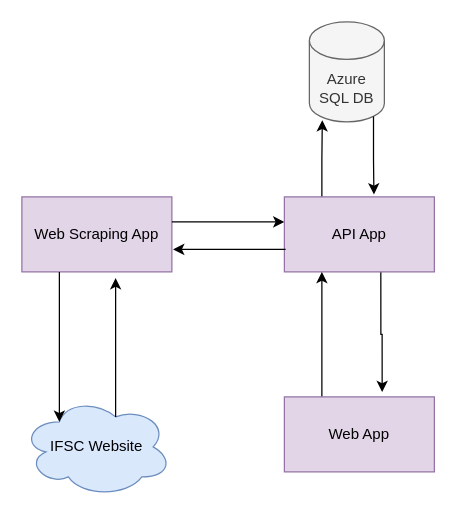
Before: ArchDiagram.drawio in pcarderdev/ifscAPI, a draw.io diagram. Source tidied: cells renumbered, new cells numbered last; positions are measured from the earlier drawing's top-left corner, leaving out a move shared by most shapes. Both pictures are drawn from the tidied source at 125%, with x=0, y=0 at pixel (21, 21).
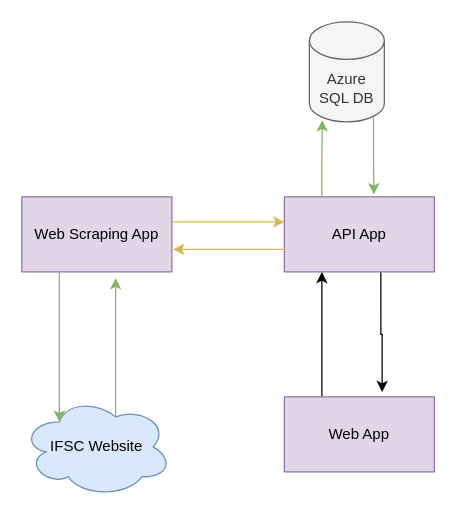
The same diagram, later.

Commit message (it also covers changes not shown here):
Updated diagram and removed playground code

What changed in the source:
```diff
@@
 <mxGraphModel>
   <root>
     <mxCell id="0" />
     <mxCell id="1" parent="0" />
     <mxCell id="2" value="Web Scraping App" style="rounded=0;whiteSpace=wrap;html=1;fillColor=#e1d5e7;strokeColor=#9673a6;" parent="1" vertex="1">
       <mxGeometry y="140" width="120" height="60" as="geometry" />
     </mxCell>
     <mxCell id="3" value="IFSC Website" style="ellipse;shape=cloud;whiteSpace=wrap;html=1;fillColor=#dae8fc;strokeColor=#6c8ebf;" parent="1" vertex="1">
       <mxGeometry y="300" width="120" height="80" as="geometry" />
     </mxCell>
-    <mxCell id="4" style="edgeStyle=orthogonalEdgeStyle;rounded=0;jettySize=auto;html=1;exitX=0.25;exitY=1;exitDx=0;exitDy=0;entryX=0.25;entryY=0.25;entryDx=0;entryDy=0;entryPerimeter=0;" parent="1" edge="1" source="2" target="3">
+    <mxCell id="4" style="edgeStyle=orthogonalEdgeStyle;rounded=0;jettySize=auto;html=1;exitX=0.25;exitY=1;exitDx=0;exitDy=0;entryX=0.25;entryY=0.25;entryDx=0;entryDy=0;entryPerimeter=0;fillColor=#d5e8d4;strokeColor=#82b366;" parent="1" edge="1" source="2" target="3">
       <mxGeometry relative="1" as="geometry" />
     </mxCell>
-    <mxCell id="5" style="edgeStyle=orthogonalEdgeStyle;rounded=0;jettySize=auto;html=1;exitX=0.625;exitY=0.2;exitDx=0;exitDy=0;exitPerimeter=0;entryX=0.625;entryY=1.083;entryDx=0;entryDy=0;entryPerimeter=0;" parent="1" edge="1" source="3" target="2">
+    <mxCell id="5" style="edgeStyle=orthogonalEdgeStyle;rounded=0;jettySize=auto;html=1;exitX=0.625;exitY=0.2;exitDx=0;exitDy=0;exitPerimeter=0;entryX=0.625;entryY=1.083;entryDx=0;entryDy=0;entryPerimeter=0;fillColor=#d5e8d4;strokeColor=#82b366;" parent="1" edge="1" source="3" target="2">
       <mxGeometry relative="1" as="geometry" />
     </mxCell>
-    <mxCell id="6" style="edgeStyle=orthogonalEdgeStyle;rounded=0;orthogonalLoop=1;jettySize=auto;html=1;" parent="1" edge="1">
+    <mxCell id="6" style="edgeStyle=orthogonalEdgeStyle;rounded=0;orthogonalLoop=1;jettySize=auto;html=1;fillColor=#fff2cc;strokeColor=#d6b656;" parent="1" edge="1">
       <mxGeometry relative="1" as="geometry">
         <mxPoint x="120" y="160" as="sourcePoint" />
         <mxPoint x="210" y="160" as="targetPoint" />
       </mxGeometry>
     </mxCell>
     <mxCell id="7" value="Azure SQL DB" style="shape=cylinder3;whiteSpace=wrap;html=1;boundedLbl=1;backgroundOutline=1;size=15;fillColor=#f5f5f5;fontColor=#333333;strokeColor=#666666;" parent="1" vertex="1">
       <mxGeometry x="230" width="60" height="80" as="geometry" />
     </mxCell>
     <mxCell id="8" style="edgeStyle=orthogonalEdgeStyle;rounded=0;jettySize=auto;html=1;exitX=0.643;exitY=0.994;exitDx=0;exitDy=0;entryX=0.652;entryY=-0.065;entryDx=0;entryDy=0;exitPerimeter=0;entryPerimeter=0;" parent="1" edge="1" source="10" target="13">
       <mxGeometry relative="1" as="geometry" />
     </mxCell>
-    <mxCell id="9" style="edgeStyle=orthogonalEdgeStyle;rounded=0;jettySize=auto;html=1;exitX=0.25;exitY=0;exitDx=0;exitDy=0;entryX=0.172;entryY=0.983;entryDx=0;entryDy=0;entryPerimeter=0;" parent="1" edge="1" source="10" target="7">
+    <mxCell id="9" style="edgeStyle=orthogonalEdgeStyle;rounded=0;jettySize=auto;html=1;exitX=0.25;exitY=0;exitDx=0;exitDy=0;entryX=0.172;entryY=0.983;entryDx=0;entryDy=0;entryPerimeter=0;fillColor=#d5e8d4;strokeColor=#82b366;" parent="1" edge="1" source="10" target="7">
       <mxGeometry relative="1" as="geometry" />
     </mxCell>
     <mxCell id="10" value="API App" style="rounded=0;whiteSpace=wrap;html=1;fillColor=#e1d5e7;strokeColor=#9673a6;" parent="1" vertex="1">
       <mxGeometry x="210" y="140" width="120" height="60" as="geometry" />
     </mxCell>
-    <mxCell id="11" style="edgeStyle=orthogonalEdgeStyle;rounded=0;orthogonalLoop=1;jettySize=auto;html=1;endArrow=none;endFill=0;startArrow=classic;startFill=1;" parent="1" edge="1">
+    <mxCell id="11" style="edgeStyle=orthogonalEdgeStyle;rounded=0;orthogonalLoop=1;jettySize=auto;html=1;endArrow=none;endFill=0;startArrow=classic;startFill=1;fillColor=#fff2cc;strokeColor=#d6b656;" parent="1" edge="1">
       <mxGeometry relative="1" as="geometry">
         <mxPoint x="121" y="182" as="sourcePoint" />
         <mxPoint x="211" y="182" as="targetPoint" />
       </mxGeometry>
     </mxCell>
     <mxCell id="12" style="edgeStyle=orthogonalEdgeStyle;rounded=0;jettySize=auto;html=1;exitX=0.25;exitY=0;exitDx=0;exitDy=0;entryX=0.25;entryY=1;entryDx=0;entryDy=0;" parent="1" edge="1" source="13" target="10">
       <mxGeometry relative="1" as="geometry" />
     </mxCell>
     <mxCell id="13" value="Web App" style="rounded=0;whiteSpace=wrap;html=1;fillColor=#e1d5e7;strokeColor=#9673a6;" parent="1" vertex="1">
       <mxGeometry x="210" y="300" width="120" height="60" as="geometry" />
     </mxCell>
-    <mxCell id="14" style="edgeStyle=orthogonalEdgeStyle;rounded=0;jettySize=auto;html=1;exitX=0.855;exitY=1;exitDx=0;exitDy=-4.35;exitPerimeter=0;entryX=0.597;entryY=-0.033;entryDx=0;entryDy=0;entryPerimeter=0;" parent="1" edge="1" source="7" target="10">
+    <mxCell id="14" style="edgeStyle=orthogonalEdgeStyle;rounded=0;jettySize=auto;html=1;exitX=0.855;exitY=1;exitDx=0;exitDy=-4.35;exitPerimeter=0;entryX=0.597;entryY=-0.033;entryDx=0;entryDy=0;entryPerimeter=0;fillColor=#d5e8d4;strokeColor=#82b366;" parent="1" edge="1" source="7" target="10">
       <mxGeometry relative="1" as="geometry" />
     </mxCell>
   </root>
 </mxGraphModel>
```
